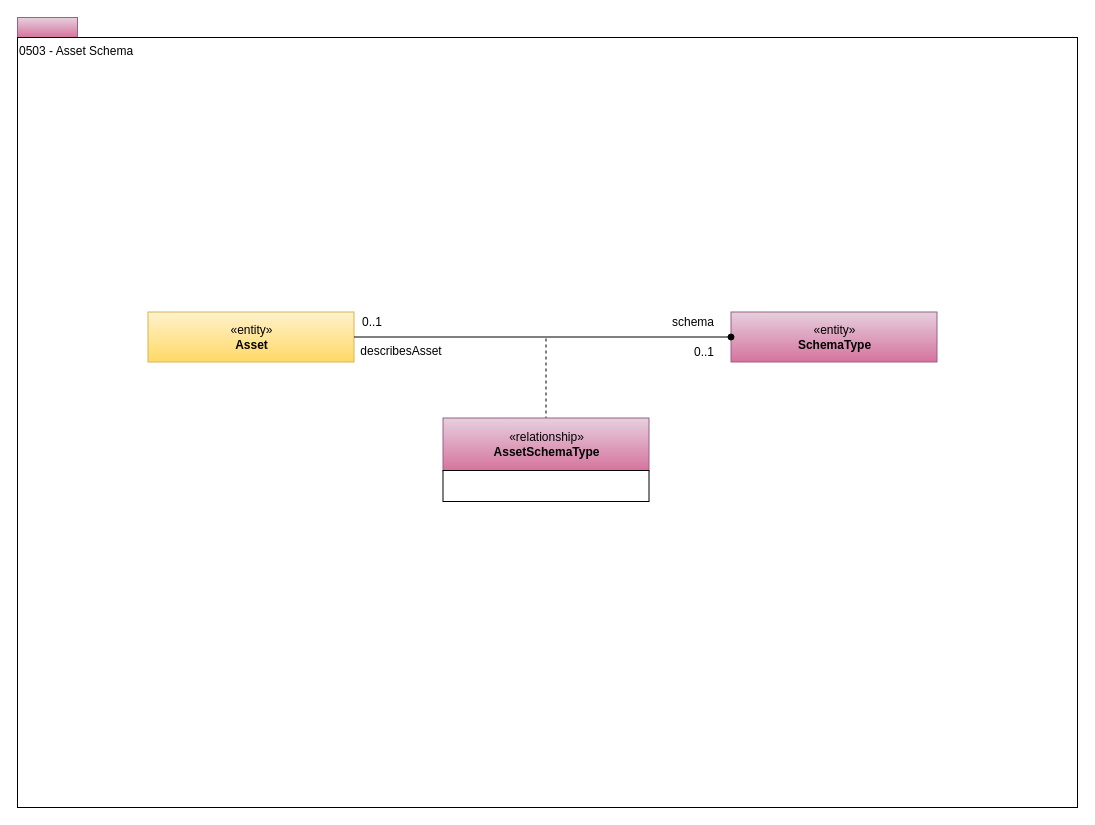
The draw.io diagram page "0503-Asset-Schema" (3 of 36) of site/docs/types/5/area-5-models-and-schema.drawio in odpi/egeria-docs, before the edit. Source tidied: cells renumbered, new cells numbered last; positions are measured from the earlier drawing's top-left corner, leaving out a move shared by most shapes. Both pictures are drawn from the tidied source at 100%, with x=0, y=0 at pixel (17, 17).
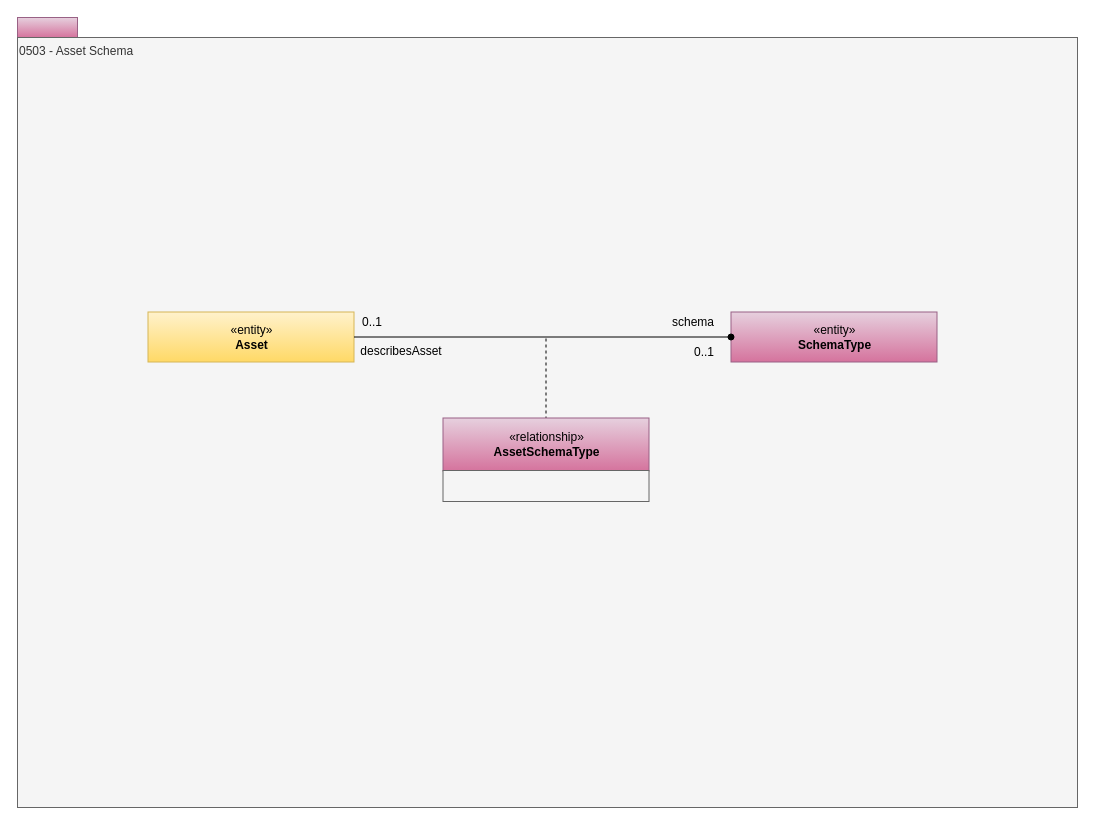
Above is the later version.

The edit, as a diff of the source:
```diff
@@
 <mxGraphModel>
   <root>
     <mxCell id="0" />
     <mxCell id="1" parent="0" />
     <mxCell id="2" style="rounded=0;whiteSpace=wrap;html=1;align=left;fillColor=#e6d0de;strokeColor=#996185;gradientColor=#d5739d;" parent="1" vertex="1">
       <mxGeometry width="60" height="20" as="geometry" />
     </mxCell>
-    <mxCell id="3" value="0503 - Asset Schema" style="rounded=0;whiteSpace=wrap;html=1;align=left;verticalAlign=top;" parent="1" vertex="1">
+    <mxCell id="3" value="0503 - Asset Schema" style="rounded=0;whiteSpace=wrap;html=1;align=left;verticalAlign=top;fillColor=#f5f5f5;fontColor=#333333;strokeColor=#666666;" parent="1" vertex="1">
       <mxGeometry y="20" width="1060" height="770" as="geometry" />
     </mxCell>
     <mxCell id="4" value="«entity»&lt;br&gt;&lt;b&gt;Asset&lt;/b&gt;" style="html=1;strokeColor=#d6b656;align=center;fillColor=#fff2cc;gradientColor=#ffd966;" parent="1" vertex="1">
       <mxGeometry x="130.5" y="294.5" width="206" height="50" as="geometry" />
     </mxCell>
     <mxCell id="5" value="«entity»&lt;br&gt;&lt;b&gt;SchemaType&lt;/b&gt;" style="html=1;strokeColor=#996185;align=center;fillColor=#e6d0de;gradientColor=#d5739d;" parent="1" vertex="1">
       <mxGeometry x="713.5" y="294.5" width="206" height="50" as="geometry" />
     </mxCell>
     <mxCell id="6" style="endArrow=none;dashed=1;html=1;" parent="1" edge="1" target="13">
       <mxGeometry relative="1" as="geometry">
         <mxPoint x="528.5" y="321" as="sourcePoint" />
       </mxGeometry>
     </mxCell>
     <mxCell id="7" value="0..1" style="text;html=1;strokeColor=none;fillColor=none;align=center;verticalAlign=middle;whiteSpace=wrap;rounded=0;" parent="1" vertex="1">
       <mxGeometry x="334.5" y="294.5" width="40" height="20" as="geometry" />
     </mxCell>
     <mxCell id="8" value="0..1" style="text;html=1;strokeColor=none;fillColor=none;align=center;verticalAlign=middle;whiteSpace=wrap;rounded=0;" parent="1" vertex="1">
       <mxGeometry x="666.5" y="324.5" width="40" height="20" as="geometry" />
     </mxCell>
     <mxCell id="9" value="schema" style="text;html=1;strokeColor=none;fillColor=none;align=center;verticalAlign=middle;whiteSpace=wrap;rounded=0;" parent="1" vertex="1">
       <mxGeometry x="648" y="295" width="56" height="20" as="geometry" />
     </mxCell>
     <mxCell id="10" value="describesAsset" style="text;html=1;strokeColor=none;fillColor=none;align=center;verticalAlign=middle;whiteSpace=wrap;rounded=0;" parent="1" vertex="1">
       <mxGeometry x="341.5" y="323.5" width="84" height="20" as="geometry" />
     </mxCell>
     <mxCell id="11" style="endArrow=oval;html=1;entryX=0;entryY=0.5;exitX=1;exitY=0.5;endFill=1;" parent="1" edge="1" source="4" target="5">
       <mxGeometry relative="1" as="geometry" />
     </mxCell>
-    <mxCell id="12" style="group;" parent="1" vertex="1">
-      <mxGeometry x="425.5" y="400.5" width="206" height="83.5" as="geometry" />
-    </mxCell>
-    <mxCell id="13" value="«relationship»&lt;br&gt;&lt;b&gt;AssetSchemaType&lt;/b&gt;" style="html=1;strokeColor=#996185;align=center;fillColor=#e6d0de;gradientColor=#d5739d;" parent="12" vertex="1">
-      <mxGeometry width="206" height="53" as="geometry" />
+    <mxCell id="13" value="«relationship»&lt;br&gt;&lt;b&gt;AssetSchemaType&lt;/b&gt;" style="html=1;strokeColor=#996185;align=center;fillColor=#e6d0de;gradientColor=#d5739d;" parent="1" vertex="1">
+      <mxGeometry x="425.5" y="400.5" width="206" height="53" as="geometry" />
     </mxCell>
-    <mxCell id="14" style="rounded=0;whiteSpace=wrap;html=1;strokeColor=#000000;align=left;fillColor=#ffffff;" parent="12" vertex="1">
-      <mxGeometry y="52.5" width="206" height="31" as="geometry" />
+    <mxCell id="14" style="rounded=0;whiteSpace=wrap;html=1;strokeColor=#666666;align=left;fillColor=#f5f5f5;fontColor=#333333;" parent="1" vertex="1">
+      <mxGeometry x="425.5" y="453" width="206" height="31" as="geometry" />
     </mxCell>
   </root>
 </mxGraphModel>
```
